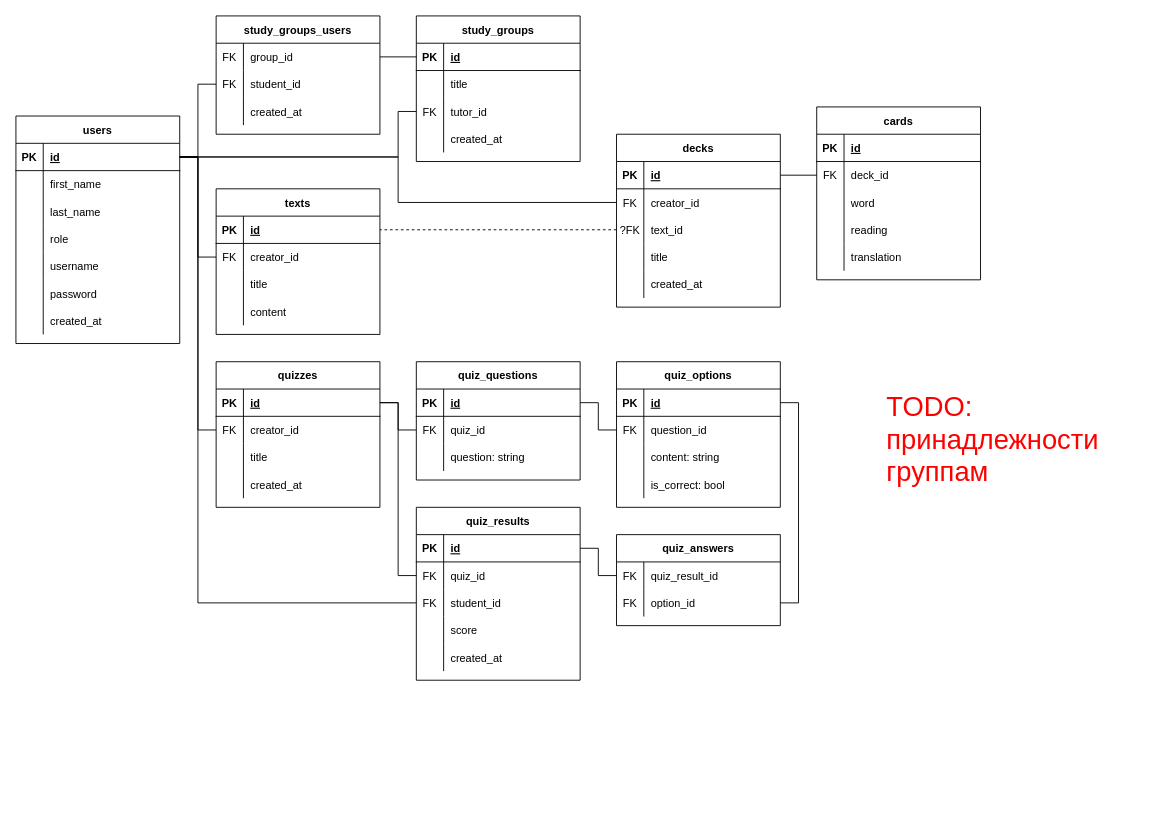
The draw.io diagram page "database" (5 of 5) of readme.drawio in RullDeef/web-lab, before the edit. Source tidied: cells renumbered, new cells numbered last; positions are measured from the earlier drawing's top-left corner, leaving out a move shared by most shapes. Both pictures are drawn from the tidied source at 91%, with x=0, y=0 at pixel (15, 15).
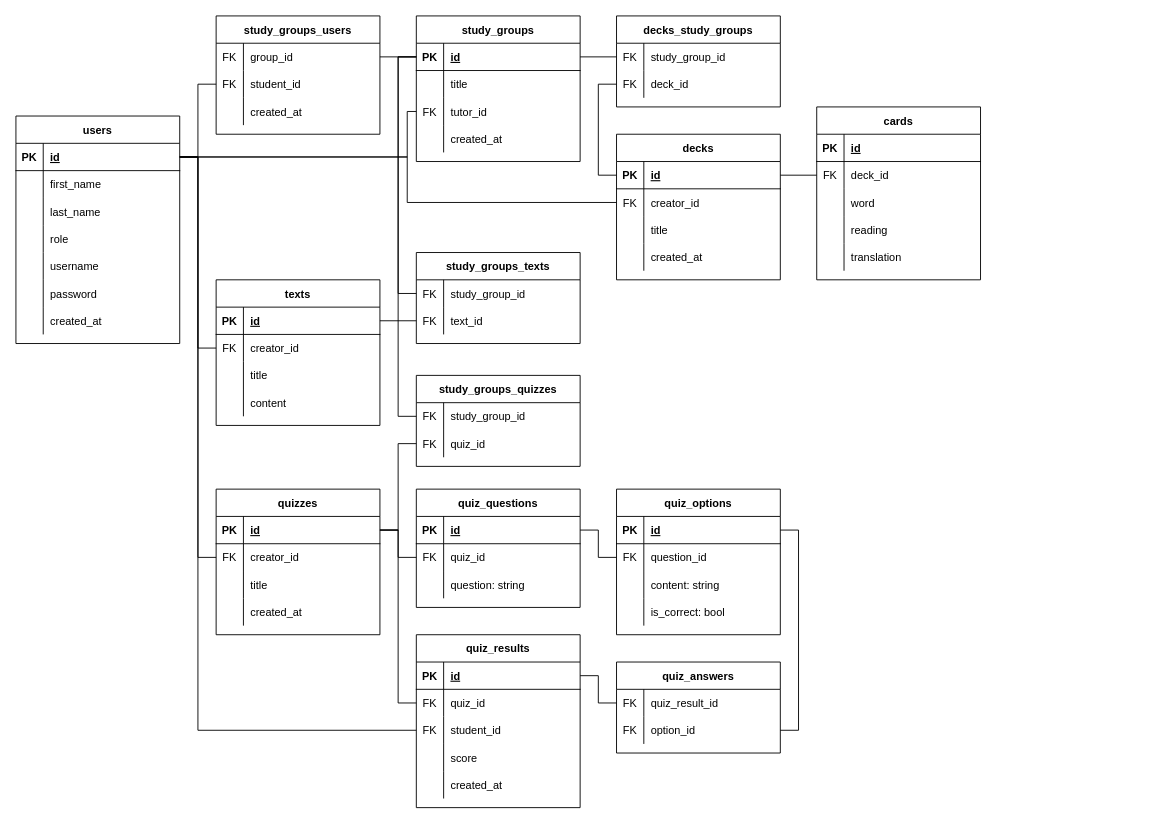
After the change.

Unchanged cells that the change refers to:
```xml
<mxCell id="3" style="shape=tableRow;horizontal=0;startSize=0;swimlaneHead=0;swimlaneBody=0;fillColor=none;points=[[0,0.5],[1,0.5]];portConstraint=eastwest;top=0;left=0;right=0;bottom=1;" parent="2" vertex="1">
  <mxGeometry y="30" width="180" height="30" as="geometry" />
</mxCell>
<mxCell id="25" style="shape=tableRow;horizontal=0;startSize=0;swimlaneHead=0;swimlaneBody=0;fillColor=none;points=[[0,0.5],[1,0.5]];portConstraint=eastwest;top=0;left=0;right=0;bottom=1;" parent="24" vertex="1">
  <mxGeometry y="30" width="180" height="30" as="geometry" />
</mxCell>
<mxCell id="31" style="shape=tableRow;horizontal=0;startSize=0;swimlaneHead=0;swimlaneBody=0;fillColor=none;points=[[0,0.5],[1,0.5]];portConstraint=eastwest;top=0;left=0;right=0;bottom=0;" parent="24" vertex="1">
  <mxGeometry y="90" width="180" height="30" as="geometry" />
</mxCell>
<mxCell id="51" style="shape=tableRow;horizontal=0;startSize=0;swimlaneHead=0;swimlaneBody=0;fillColor=none;points=[[0,0.5],[1,0.5]];portConstraint=eastwest;top=0;left=0;right=0;bottom=1;" parent="50" vertex="1">
  <mxGeometry y="30" width="180" height="30" as="geometry" />
</mxCell>
<mxCell id="65" style="shape=tableRow;horizontal=0;startSize=0;swimlaneHead=0;swimlaneBody=0;fillColor=none;points=[[0,0.5],[1,0.5]];portConstraint=eastwest;top=0;left=0;right=0;bottom=1;" parent="64" vertex="1">
  <mxGeometry y="30" width="180" height="30" as="geometry" />
</mxCell>
<mxCell id="90" style="shape=tableRow;horizontal=0;startSize=0;swimlaneHead=0;swimlaneBody=0;fillColor=none;points=[[0,0.5],[1,0.5]];portConstraint=eastwest;top=0;left=0;right=0;bottom=1;" parent="89" vertex="1">
  <mxGeometry y="30" width="180" height="30" as="geometry" />
</mxCell>
<mxCell id="110" style="shape=tableRow;horizontal=0;startSize=0;swimlaneHead=0;swimlaneBody=0;fillColor=none;points=[[0,0.5],[1,0.5]];portConstraint=eastwest;top=0;left=0;right=0;bottom=0;" parent="103" vertex="1">
  <mxGeometry y="90" width="180" height="30" as="geometry" />
</mxCell>
<mxCell id="125" style="shape=tableRow;horizontal=0;startSize=0;swimlaneHead=0;swimlaneBody=0;fillColor=none;points=[[0,0.5],[1,0.5]];portConstraint=eastwest;top=0;left=0;right=0;bottom=0;" parent="121" vertex="1">
  <mxGeometry y="60" width="180" height="30" as="geometry" />
</mxCell>
<mxCell id="131" style="shape=tableRow;horizontal=0;startSize=0;swimlaneHead=0;swimlaneBody=0;fillColor=none;points=[[0,0.5],[1,0.5]];portConstraint=eastwest;top=0;left=0;right=0;bottom=1;" parent="130" vertex="1">
  <mxGeometry y="30" width="180" height="30" as="geometry" />
</mxCell>
<mxCell id="134" style="shape=tableRow;horizontal=0;startSize=0;swimlaneHead=0;swimlaneBody=0;fillColor=none;points=[[0,0.5],[1,0.5]];portConstraint=eastwest;top=0;left=0;right=0;bottom=0;" parent="130" vertex="1">
  <mxGeometry y="60" width="180" height="30" as="geometry" />
</mxCell>
```

The edit, as a diff of the source:
```diff
@@
     <mxCell id="49" style="edgeStyle=orthogonalEdgeStyle;rounded=0;jettySize=auto;html=1;endArrow=none;endFill=0;" parent="1" edge="1" source="31" target="3">
       <mxGeometry relative="1" as="geometry">
         <Array as="points">
-          <mxPoint x="420" y="105" />
-          <mxPoint x="420" y="155" />
+          <mxPoint x="430" y="105" />
+          <mxPoint x="430" y="155" />
         </Array>
       </mxGeometry>
     </mxCell>
     <mxCell id="50" value="texts" style="shape=table;startSize=30;childLayout=tableLayout;rowLines=0;fontStyle=1;align=center;" parent="1" vertex="1">
-      <mxGeometry x="220" y="190" width="180" height="160" as="geometry" />
+      <mxGeometry x="220" y="290" width="180" height="160" as="geometry" />
     </mxCell>
@@
     <mxCell id="64" value="quizzes" style="shape=table;startSize=30;childLayout=tableLayout;rowLines=0;fontStyle=1;align=center;" parent="1" vertex="1">
-      <mxGeometry x="220" y="380" width="180" height="160" as="geometry" />
+      <mxGeometry x="220" y="520" width="180" height="160" as="geometry" />
     </mxCell>
@@
     <mxCell id="78" value="quiz_questions" style="shape=table;startSize=30;childLayout=tableLayout;rowLines=0;fontStyle=1;align=center;" parent="1" vertex="1">
-      <mxGeometry x="440" y="380" width="180" height="130" as="geometry" />
+      <mxGeometry x="440" y="520" width="180" height="130" as="geometry" />
     </mxCell>
@@
     <mxCell id="89" value="quiz_options" style="shape=table;startSize=30;childLayout=tableLayout;rowLines=0;fontStyle=1;align=center;" parent="1" vertex="1">
-      <mxGeometry x="660" y="380" width="180" height="160" as="geometry" />
+      <mxGeometry x="660" y="520" width="180" height="160" as="geometry" />
     </mxCell>
@@
     <mxCell id="103" value="quiz_results" style="shape=table;startSize=30;childLayout=tableLayout;rowLines=0;fontStyle=1;align=center;" parent="1" vertex="1">
-      <mxGeometry x="440" y="540" width="180" height="190" as="geometry" />
+      <mxGeometry x="440" y="680" width="180" height="190" as="geometry" />
     </mxCell>
@@
     <mxCell id="119" style="edgeStyle=orthogonalEdgeStyle;rounded=0;jettySize=auto;html=1;endArrow=none;endFill=0;" parent="1" edge="1" source="3" target="110">
       <mxGeometry relative="1" as="geometry">
         <Array as="points">
           <mxPoint x="200" y="155" />
-          <mxPoint x="200" y="645" />
+          <mxPoint x="200" y="785" />
         </Array>
       </mxGeometry>
     </mxCell>
@@
     <mxCell id="121" value="quiz_answers" style="shape=table;startSize=30;childLayout=tableLayout;rowLines=0;fontStyle=1;align=center;" parent="1" vertex="1">
-      <mxGeometry x="660" y="570" width="180" height="100" as="geometry" />
+      <mxGeometry x="660" y="710" width="180" height="100" as="geometry" />
     </mxCell>
@@
     <mxCell id="129" style="edgeStyle=orthogonalEdgeStyle;rounded=0;jettySize=auto;html=1;endArrow=none;endFill=0;" parent="1" edge="1" source="90" target="125">
       <mxGeometry relative="1" as="geometry">
         <Array as="points">
-          <mxPoint x="860" y="425" />
-          <mxPoint x="860" y="645" />
+          <mxPoint x="860" y="565" />
+          <mxPoint x="860" y="785" />
         </Array>
       </mxGeometry>
     </mxCell>
     <mxCell id="130" value="decks" style="shape=table;startSize=30;childLayout=tableLayout;rowLines=0;fontStyle=1;align=center;" parent="1" vertex="1">
-      <mxGeometry x="660" y="130" width="180" height="190" as="geometry" />
+      <mxGeometry x="660" y="130" width="180" height="160" as="geometry" />
     </mxCell>
@@
-    <mxCell id="137" style="shape=tableRow;horizontal=0;startSize=0;swimlaneHead=0;swimlaneBody=0;fillColor=none;points=[[0,0.5],[1,0.5]];portConstraint=eastwest;top=0;left=0;right=0;bottom=0;" parent="130" vertex="1">
-      <mxGeometry y="90" width="180" height="30" as="geometry" />
-    </mxCell>
-    <mxCell id="138" value="?FK" style="shape=partialRectangle;fillColor=none;top=0;left=0;bottom=0;right=0;overflow=hidden;" parent="137" vertex="1">
-      <mxGeometry width="30" height="30" as="geometry" />
-    </mxCell>
-    <mxCell id="139" value="text_id" style="shape=partialRectangle;fillColor=none;top=0;left=0;bottom=0;right=0;align=left;spacingLeft=6;overflow=hidden;" parent="137" vertex="1">
-      <mxGeometry x="30" width="150" height="30" as="geometry" />
-    </mxCell>
     <mxCell id="140" style="shape=tableRow;horizontal=0;startSize=0;swimlaneHead=0;swimlaneBody=0;fillColor=none;top=0;left=0;right=0;bottom=0;" parent="130" vertex="1">
-      <mxGeometry y="120" width="180" height="30" as="geometry" />
+      <mxGeometry y="90" width="180" height="30" as="geometry" />
     </mxCell>
@@
     <mxCell id="143" style="shape=tableRow;horizontal=0;startSize=0;swimlaneHead=0;swimlaneBody=0;fillColor=none;top=0;left=0;right=0;bottom=0;" parent="130" vertex="1">
-      <mxGeometry y="150" width="180" height="30" as="geometry" />
+      <mxGeometry y="120" width="180" height="30" as="geometry" />
     </mxCell>
@@
-    <mxCell id="146" style="edgeStyle=orthogonalEdgeStyle;rounded=0;jettySize=auto;html=1;endArrow=none;endFill=0;dashed=1;" parent="1" edge="1" source="137" target="51">
-      <mxGeometry relative="1" as="geometry" />
-    </mxCell>
     <mxCell id="147" style="edgeStyle=orthogonalEdgeStyle;rounded=0;jettySize=auto;html=1;endArrow=none;endFill=0;" parent="1" edge="1" source="134" target="3">
-      <mxGeometry relative="1" as="geometry" />
+      <mxGeometry relative="1" as="geometry">
+        <Array as="points">
+          <mxPoint x="430" y="205" />
+          <mxPoint x="430" y="155" />
+        </Array>
+      </mxGeometry>
     </mxCell>
@@
-    <mxCell id="165" value="TODO:&lt;br style=&quot;font-size: 30px;&quot;&gt;принадлежности&lt;br style=&quot;font-size: 30px;&quot;&gt;группам" style="text;html=1;strokeColor=none;fillColor=none;align=left;verticalAlign=middle;whiteSpace=wrap;rounded=0;fontSize=30;fontColor=#FF0000;" parent="1" vertex="1">
-      <mxGeometry x="955" y="410" width="275" height="110" as="geometry" />
-    </mxCell>
+    <mxCell id="166" value="decks_study_groups" style="shape=table;startSize=30;childLayout=tableLayout;rowLines=0;fontStyle=1;align=center;" parent="1" vertex="1">
+      <mxGeometry x="660" width="180" height="100" as="geometry" />
+    </mxCell>
+    <mxCell id="167" style="shape=tableRow;horizontal=0;startSize=0;swimlaneHead=0;swimlaneBody=0;fillColor=none;points=[[0,0.5],[1,0.5]];portConstraint=eastwest;top=0;left=0;right=0;bottom=0;" parent="166" vertex="1">
+      <mxGeometry y="30" width="180" height="30" as="geometry" />
+    </mxCell>
+    <mxCell id="168" value="FK" style="shape=partialRectangle;fillColor=none;top=0;left=0;bottom=0;right=0;overflow=hidden;" parent="167" vertex="1">
+      <mxGeometry width="30" height="30" as="geometry" />
+    </mxCell>
+    <mxCell id="169" value="study_group_id" style="shape=partialRectangle;fillColor=none;top=0;left=0;bottom=0;right=0;align=left;spacingLeft=6;overflow=hidden;" parent="167" vertex="1">
+      <mxGeometry x="30" width="150" height="30" as="geometry" />
+    </mxCell>
+    <mxCell id="170" style="shape=tableRow;horizontal=0;startSize=0;swimlaneHead=0;swimlaneBody=0;fillColor=none;points=[[0,0.5],[1,0.5]];portConstraint=eastwest;top=0;left=0;right=0;bottom=0;" parent="166" vertex="1">
+      <mxGeometry y="60" width="180" height="30" as="geometry" />
+    </mxCell>
+    <mxCell id="171" value="FK" style="shape=partialRectangle;fillColor=none;top=0;left=0;bottom=0;right=0;overflow=hidden;" parent="170" vertex="1">
+      <mxGeometry width="30" height="30" as="geometry" />
+    </mxCell>
+    <mxCell id="172" value="deck_id" style="shape=partialRectangle;fillColor=none;top=0;left=0;bottom=0;right=0;align=left;spacingLeft=6;overflow=hidden;" parent="170" vertex="1">
+      <mxGeometry x="30" width="150" height="30" as="geometry" />
+    </mxCell>
+    <mxCell id="173" style="edgeStyle=orthogonalEdgeStyle;rounded=0;jettySize=auto;html=1;entryX=0;entryY=0.5;entryDx=0;entryDy=0;endArrow=none;endFill=0;" parent="1" edge="1" source="170" target="131">
+      <mxGeometry relative="1" as="geometry" />
+    </mxCell>
+    <mxCell id="174" style="edgeStyle=orthogonalEdgeStyle;rounded=0;jettySize=auto;html=1;endArrow=none;endFill=0;" parent="1" edge="1" source="167" target="25">
+      <mxGeometry relative="1" as="geometry" />
+    </mxCell>
+    <mxCell id="175" value="study_groups_quizzes" style="shape=table;startSize=30;childLayout=tableLayout;rowLines=0;fontStyle=1;align=center;" parent="1" vertex="1">
+      <mxGeometry x="440" y="395" width="180" height="100" as="geometry" />
+    </mxCell>
+    <mxCell id="176" style="shape=tableRow;horizontal=0;startSize=0;swimlaneHead=0;swimlaneBody=0;fillColor=none;points=[[0,0.5],[1,0.5]];portConstraint=eastwest;top=0;left=0;right=0;bottom=0;" parent="175" vertex="1">
+      <mxGeometry y="30" width="180" height="30" as="geometry" />
+    </mxCell>
+    <mxCell id="177" value="FK" style="shape=partialRectangle;fillColor=none;top=0;left=0;bottom=0;right=0;overflow=hidden;" parent="176" vertex="1">
+      <mxGeometry width="30" height="30" as="geometry" />
+    </mxCell>
+    <mxCell id="178" value="study_group_id" style="shape=partialRectangle;fillColor=none;top=0;left=0;bottom=0;right=0;align=left;spacingLeft=6;overflow=hidden;" parent="176" vertex="1">
+      <mxGeometry x="30" width="150" height="30" as="geometry" />
+    </mxCell>
+    <mxCell id="179" style="shape=tableRow;horizontal=0;startSize=0;swimlaneHead=0;swimlaneBody=0;fillColor=none;points=[[0,0.5],[1,0.5]];portConstraint=eastwest;top=0;left=0;right=0;bottom=0;" parent="175" vertex="1">
+      <mxGeometry y="60" width="180" height="30" as="geometry" />
+    </mxCell>
+    <mxCell id="180" value="FK" style="shape=partialRectangle;fillColor=none;top=0;left=0;bottom=0;right=0;overflow=hidden;" parent="179" vertex="1">
+      <mxGeometry width="30" height="30" as="geometry" />
+    </mxCell>
+    <mxCell id="181" value="quiz_id" style="shape=partialRectangle;fillColor=none;top=0;left=0;bottom=0;right=0;align=left;spacingLeft=6;overflow=hidden;" parent="179" vertex="1">
+      <mxGeometry x="30" width="150" height="30" as="geometry" />
+    </mxCell>
+    <mxCell id="182" style="edgeStyle=orthogonalEdgeStyle;rounded=0;jettySize=auto;html=1;endArrow=none;endFill=0;" parent="1" edge="1" source="179" target="65">
+      <mxGeometry relative="1" as="geometry" />
+    </mxCell>
+    <mxCell id="183" style="edgeStyle=orthogonalEdgeStyle;rounded=0;jettySize=auto;html=1;endArrow=none;endFill=0;" parent="1" edge="1" source="176" target="25">
+      <mxGeometry relative="1" as="geometry">
+        <Array as="points">
+          <mxPoint x="420" y="440" />
+          <mxPoint x="420" y="45" />
+        </Array>
+      </mxGeometry>
+    </mxCell>
+    <mxCell id="184" value="study_groups_texts" style="shape=table;startSize=30;childLayout=tableLayout;rowLines=0;fontStyle=1;align=center;" parent="1" vertex="1">
+      <mxGeometry x="440" y="260" width="180" height="100" as="geometry" />
+    </mxCell>
+    <mxCell id="185" style="shape=tableRow;horizontal=0;startSize=0;swimlaneHead=0;swimlaneBody=0;fillColor=none;points=[[0,0.5],[1,0.5]];portConstraint=eastwest;top=0;left=0;right=0;bottom=0;" parent="184" vertex="1">
+      <mxGeometry y="30" width="180" height="30" as="geometry" />
+    </mxCell>
+    <mxCell id="186" value="FK" style="shape=partialRectangle;fillColor=none;top=0;left=0;bottom=0;right=0;overflow=hidden;" parent="185" vertex="1">
+      <mxGeometry width="30" height="30" as="geometry" />
+    </mxCell>
+    <mxCell id="187" value="study_group_id" style="shape=partialRectangle;fillColor=none;top=0;left=0;bottom=0;right=0;align=left;spacingLeft=6;overflow=hidden;" parent="185" vertex="1">
+      <mxGeometry x="30" width="150" height="30" as="geometry" />
+    </mxCell>
+    <mxCell id="188" style="shape=tableRow;horizontal=0;startSize=0;swimlaneHead=0;swimlaneBody=0;fillColor=none;points=[[0,0.5],[1,0.5]];portConstraint=eastwest;top=0;left=0;right=0;bottom=0;" parent="184" vertex="1">
+      <mxGeometry y="60" width="180" height="30" as="geometry" />
+    </mxCell>
+    <mxCell id="189" value="FK" style="shape=partialRectangle;fillColor=none;top=0;left=0;bottom=0;right=0;overflow=hidden;" parent="188" vertex="1">
+      <mxGeometry width="30" height="30" as="geometry" />
+    </mxCell>
+    <mxCell id="139" value="text_id" style="shape=partialRectangle;fillColor=none;top=0;left=0;bottom=0;right=0;align=left;spacingLeft=6;overflow=hidden;" parent="188" vertex="1">
+      <mxGeometry x="30" width="150" height="30" as="geometry" />
+    </mxCell>
+    <mxCell id="190" style="edgeStyle=orthogonalEdgeStyle;rounded=0;jettySize=auto;html=1;endArrow=none;endFill=0;" parent="1" edge="1" source="185" target="25">
+      <mxGeometry relative="1" as="geometry">
+        <Array as="points">
+          <mxPoint x="420" y="305" />
+          <mxPoint x="420" y="45" />
+        </Array>
+      </mxGeometry>
+    </mxCell>
+    <mxCell id="191" style="edgeStyle=orthogonalEdgeStyle;rounded=0;jettySize=auto;html=1;endArrow=none;endFill=0;" parent="1" edge="1" source="51" target="188">
+      <mxGeometry relative="1" as="geometry">
+        <Array as="points">
+          <mxPoint x="410" y="335" />
+          <mxPoint x="410" y="335" />
+        </Array>
+      </mxGeometry>
+    </mxCell>
```
